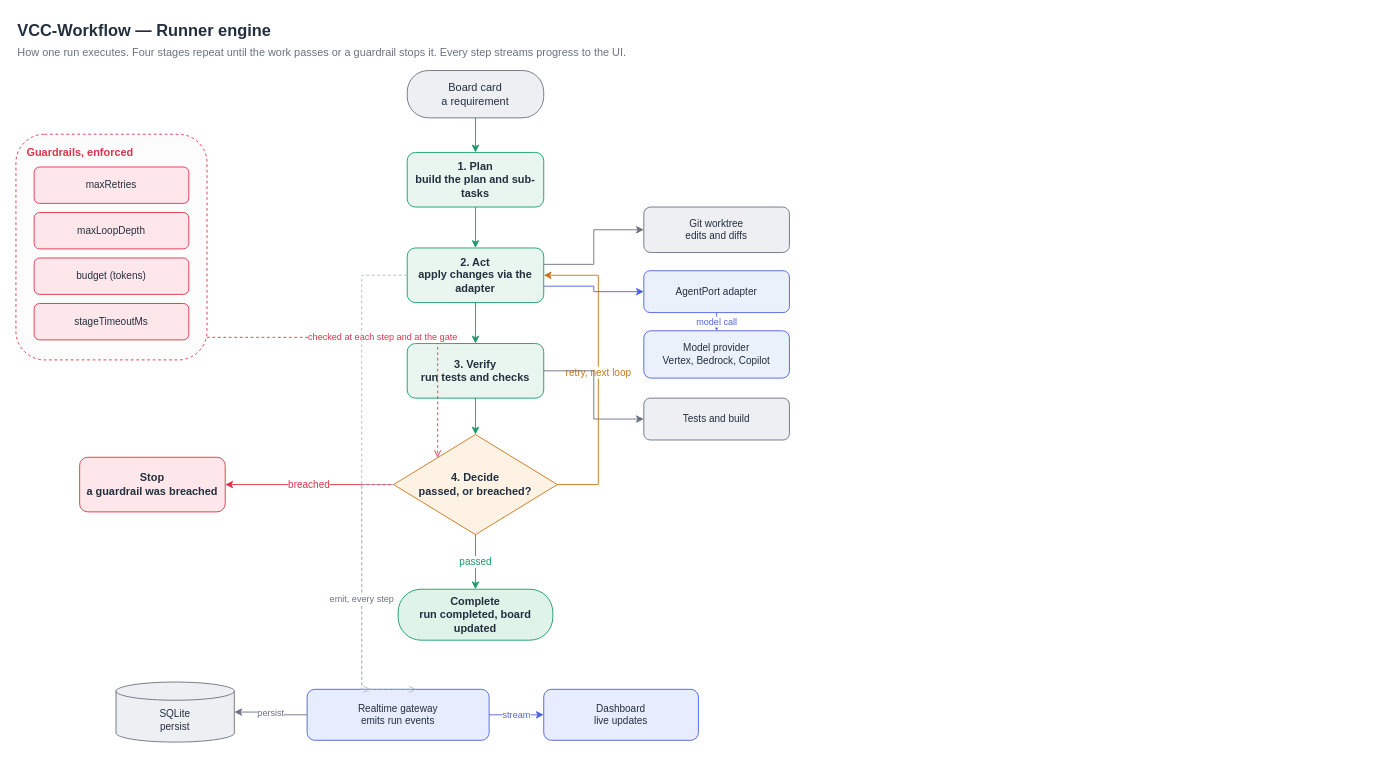
Above: page "Runner engine" (3 of 3) of docs/vcc-architecture.drawio in hoanghelm/UrAIWorkflow (draw.io), before the change. Source tidied: cells renumbered, new cells numbered last; positions are measured from the earlier drawing's top-left corner, leaving out a move shared by most shapes. Both pictures are drawn from the tidied source at 91%, with x=0, y=0 at pixel (15, 15).
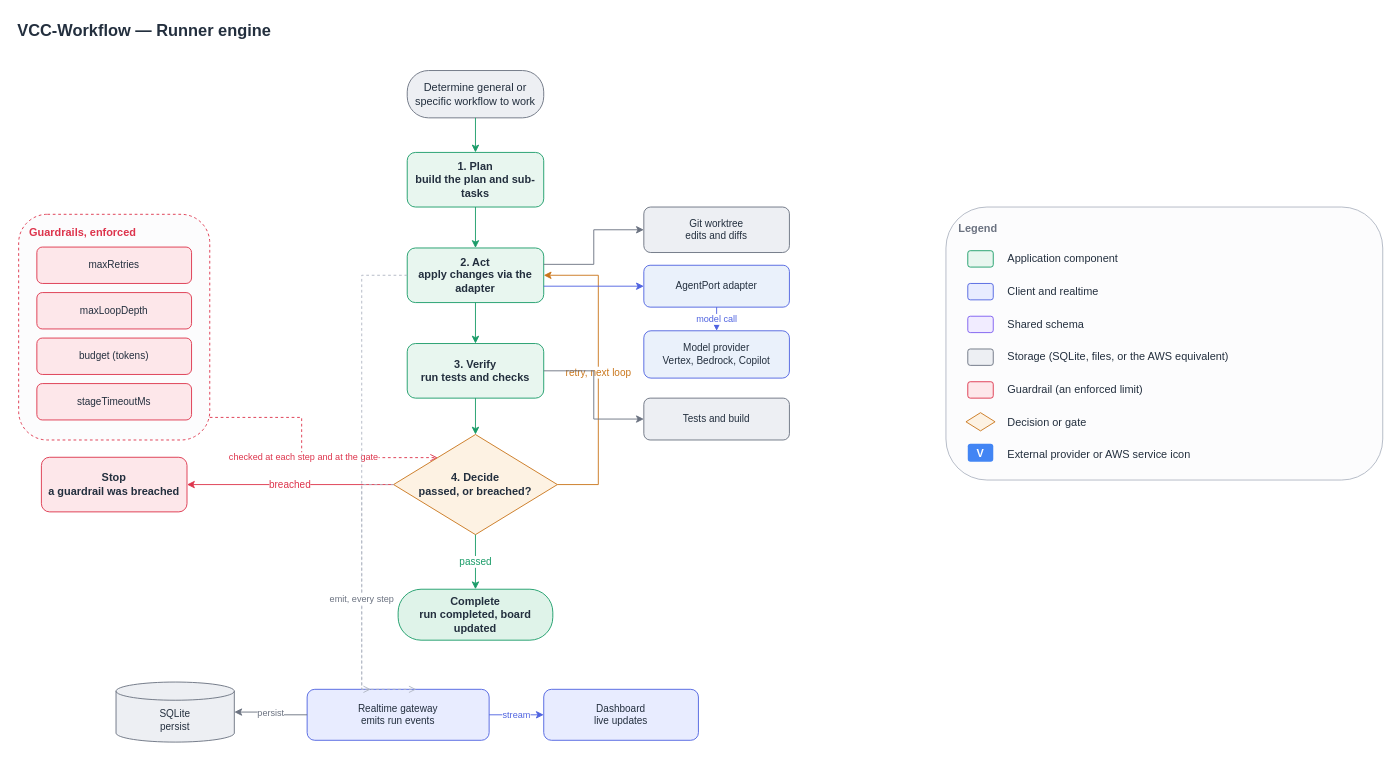
After the change.

Change to the diagram source:
```diff
@@
-    <mxCell id="3" value="How one run executes. Four stages repeat until the work passes or a guardrail stops it. Every step streams progress to the UI." style="text;html=1;fontSize=12;fontColor=#6B7280;align=left;" parent="1" vertex="1">
-      <mxGeometry y="26" width="960" height="18" as="geometry" />
-    </mxCell>
     <mxCell id="4" value="Guardrails, enforced" style="rounded=1;whiteSpace=wrap;html=1;fillColor=#FCFCFD;strokeColor=#DD344C;dashed=1;verticalAlign=top;align=left;fontColor=#DD344C;fontStyle=1;spacingLeft=10;spacingTop=6;" parent="1" vertex="1">
-      <mxGeometry y="130" width="210" height="248" as="geometry" />
+      <mxGeometry x="3" y="218" width="210" height="248" as="geometry" />
     </mxCell>
@@
-    <mxCell id="9" value="Board card&#10;a requirement" style="rounded=1;arcSize=45;whiteSpace=wrap;html=1;fillColor=#EDEFF3;strokeColor=#6B7280;fontColor=#232F3E;fontSize=12;" parent="1" vertex="1">
+    <mxCell id="9" value="Determine general or specific workflow to work" style="rounded=1;arcSize=45;whiteSpace=wrap;html=1;fillColor=#EDEFF3;strokeColor=#6B7280;fontColor=#232F3E;fontSize=12;" parent="1" vertex="1">
       <mxGeometry x="430" y="60" width="150" height="52" as="geometry" />
     </mxCell>
@@
     <mxCell id="15" value="Stop&#10;a guardrail was breached" style="rounded=1;whiteSpace=wrap;html=1;fillColor=#FDE7EA;strokeColor=#DD344C;fontColor=#232F3E;fontSize=12;fontStyle=1;" parent="1" vertex="1">
-      <mxGeometry x="70" y="485" width="160" height="60" as="geometry" />
+      <mxGeometry x="28" y="485" width="160" height="60" as="geometry" />
     </mxCell>
@@
     <mxCell id="17" value="AgentPort adapter" style="rounded=1;whiteSpace=wrap;html=1;fillColor=#EAF1FB;strokeColor=#4f63e0;fontColor=#232F3E;fontSize=11;" parent="1" vertex="1">
-      <mxGeometry x="690" y="280" width="160" height="46" as="geometry" />
+      <mxGeometry x="690" y="274" width="160" height="46" as="geometry" />
     </mxCell>
@@
+    <mxCell id="39" value="Legend" style="rounded=1;whiteSpace=wrap;html=1;fillColor=#FCFCFD;strokeColor=#B0B7C3;verticalAlign=top;align=left;fontColor=#6B7280;fontStyle=1;spacingLeft=12;spacingTop=10;" parent="1" vertex="1">
+      <mxGeometry x="1022" y="210" width="480" height="300" as="geometry" />
+    </mxCell>
+    <mxCell id="40" style="rounded=1;fillColor=#E8F6EF;strokeColor=#1a9c68;" parent="39" vertex="1">
+      <mxGeometry x="24" y="48" width="28" height="18" as="geometry" />
+    </mxCell>
+    <mxCell id="41" value="Application component" style="text;html=1;align=left;verticalAlign=middle;fontSize=12;fontColor=#232F3E;" parent="39" vertex="1">
+      <mxGeometry x="66" y="43" width="390" height="28" as="geometry" />
+    </mxCell>
+    <mxCell id="42" style="rounded=1;fillColor=#E8ECFF;strokeColor=#4f63e0;" parent="39" vertex="1">
+      <mxGeometry x="24" y="84" width="28" height="18" as="geometry" />
+    </mxCell>
+    <mxCell id="43" value="Client and realtime" style="text;html=1;align=left;verticalAlign=middle;fontSize=12;fontColor=#232F3E;" parent="39" vertex="1">
+      <mxGeometry x="66" y="79" width="390" height="28" as="geometry" />
+    </mxCell>
+    <mxCell id="44" style="rounded=1;fillColor=#F1ECFF;strokeColor=#7c5cf0;" parent="39" vertex="1">
+      <mxGeometry x="24" y="120" width="28" height="18" as="geometry" />
+    </mxCell>
+    <mxCell id="45" value="Shared schema" style="text;html=1;align=left;verticalAlign=middle;fontSize=12;fontColor=#232F3E;" parent="39" vertex="1">
+      <mxGeometry x="66" y="115" width="390" height="28" as="geometry" />
+    </mxCell>
+    <mxCell id="46" style="rounded=1;fillColor=#EDEFF3;strokeColor=#6B7280;" parent="39" vertex="1">
+      <mxGeometry x="24" y="156" width="28" height="18" as="geometry" />
+    </mxCell>
+    <mxCell id="47" value="Storage (SQLite, files, or the AWS equivalent)" style="text;html=1;align=left;verticalAlign=middle;fontSize=12;fontColor=#232F3E;" parent="39" vertex="1">
+      <mxGeometry x="66" y="151" width="390" height="28" as="geometry" />
+    </mxCell>
+    <mxCell id="48" style="rounded=1;fillColor=#FDE7EA;strokeColor=#DD344C;" parent="39" vertex="1">
+      <mxGeometry x="24" y="192" width="28" height="18" as="geometry" />
+    </mxCell>
+    <mxCell id="49" value="Guardrail (an enforced limit)" style="text;html=1;align=left;verticalAlign=middle;fontSize=12;fontColor=#232F3E;" parent="39" vertex="1">
+      <mxGeometry x="66" y="187" width="390" height="28" as="geometry" />
+    </mxCell>
+    <mxCell id="50" style="rhombus;fillColor=#FDF2E3;strokeColor=#C9761B;" parent="39" vertex="1">
+      <mxGeometry x="22" y="226" width="32" height="20" as="geometry" />
+    </mxCell>
+    <mxCell id="51" value="Decision or gate" style="text;html=1;align=left;verticalAlign=middle;fontSize=12;fontColor=#232F3E;" parent="39" vertex="1">
+      <mxGeometry x="66" y="223" width="390" height="28" as="geometry" />
+    </mxCell>
+    <mxCell id="52" value="V" style="rounded=1;fillColor=#4285F4;strokeColor=none;fontColor=#FFFFFF;fontSize=12;fontStyle=1;" parent="39" vertex="1">
+      <mxGeometry x="24" y="260" width="28" height="20" as="geometry" />
+    </mxCell>
+    <mxCell id="53" value="External provider or AWS service icon" style="text;html=1;align=left;verticalAlign=middle;fontSize=12;fontColor=#232F3E;" parent="39" vertex="1">
+      <mxGeometry x="66" y="258" width="390" height="28" as="geometry" />
+    </mxCell>
```
